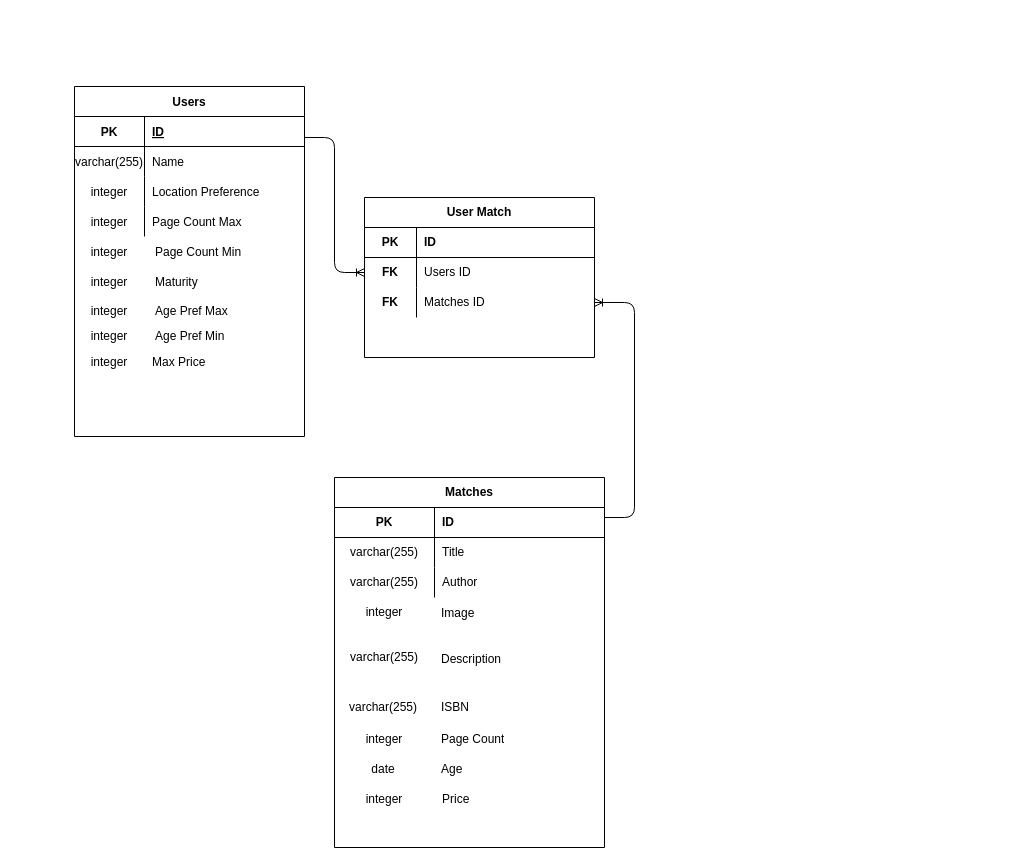
The draw.io diagram planning/erd.drawio in BCerki/book-tinder, before the edit. Source tidied: cells renumbered, new cells numbered last; positions are measured from the earlier drawing's top-left corner, leaving out a move shared by most shapes. Both pictures are drawn from the tidied source at 100%, with x=0, y=0 at pixel (74, 86).
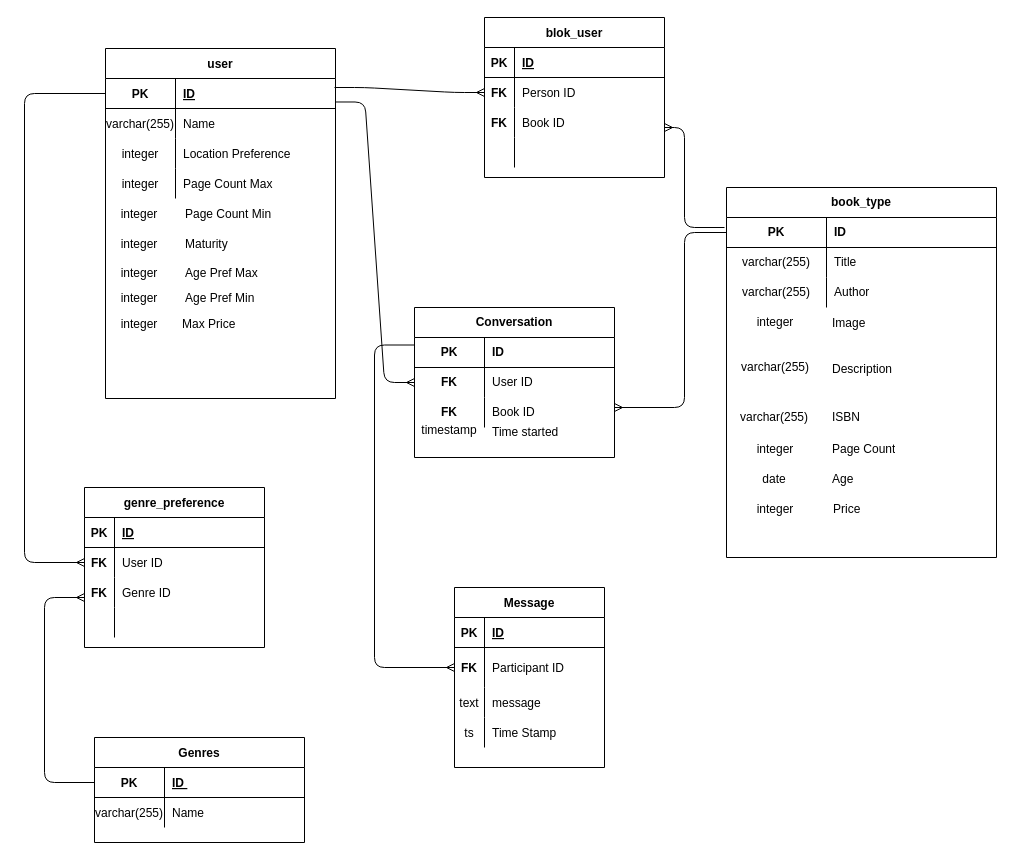
Above is the later version.

The change refers to these unchanged cells:
```xml
<mxCell id="14" style="shape=partialRectangle;html=1;whiteSpace=wrap;fillColor=none;top=0;left=0;bottom=1;right=0;points=[[0,0.5],[1,0.5]];portConstraint=eastwest;" parent="13" vertex="1">
  <mxGeometry y="30" width="270" height="30" as="geometry" />
</mxCell>
<mxCell id="39" style="shape=partialRectangle;fillColor=none;top=0;left=0;bottom=1;right=0;points=[[0,0.5],[1,0.5]];portConstraint=eastwest;" parent="38" vertex="1">
  <mxGeometry y="30" width="230" height="30" as="geometry" />
</mxCell>
```

Diff of the diagram source:
```diff
@@
-    <mxCell id="2" value="User Match" style="shape=table;html=1;whiteSpace=wrap;startSize=30;childLayout=tableLayout;rowLines=0;fontStyle=1;align=center;" parent="1" vertex="1">
-      <mxGeometry x="290" y="111" width="230" height="160" as="geometry" />
-    </mxCell>
-    <mxCell id="3" style="shape=partialRectangle;html=1;whiteSpace=wrap;fillColor=none;top=0;left=0;bottom=1;right=0;" parent="2" vertex="1">
-      <mxGeometry y="30" width="230" height="30" as="geometry" />
-    </mxCell>
-    <mxCell id="4" value="&lt;b&gt;PK&lt;/b&gt;" style="shape=partialRectangle;html=1;whiteSpace=wrap;fillColor=none;top=0;left=0;bottom=0;right=0;overflow=hidden;" parent="3" vertex="1">
-      <mxGeometry width="52" height="30" as="geometry" />
-    </mxCell>
-    <mxCell id="5" value="&lt;b&gt;ID&lt;/b&gt;" style="shape=partialRectangle;html=1;whiteSpace=wrap;fillColor=none;top=0;left=0;bottom=0;right=0;align=left;spacingLeft=6;overflow=hidden;" parent="3" vertex="1">
-      <mxGeometry x="52" width="178" height="30" as="geometry" />
-    </mxCell>
-    <mxCell id="6" style="shape=partialRectangle;html=1;whiteSpace=wrap;fillColor=none;top=0;left=0;bottom=0;right=0;points=[[0,0.5],[1,0.5]];portConstraint=eastwest;" parent="2" vertex="1">
-      <mxGeometry y="60" width="230" height="30" as="geometry" />
-    </mxCell>
-    <mxCell id="7" value="&lt;b&gt;FK&lt;/b&gt;" style="shape=partialRectangle;html=1;whiteSpace=wrap;fillColor=none;top=0;left=0;bottom=0;right=0;overflow=hidden;" parent="6" vertex="1">
-      <mxGeometry width="52" height="30" as="geometry" />
-    </mxCell>
-    <mxCell id="8" value="Users ID" style="shape=partialRectangle;html=1;whiteSpace=wrap;fillColor=none;top=0;left=0;bottom=0;right=0;align=left;spacingLeft=6;overflow=hidden;" parent="6" vertex="1">
-      <mxGeometry x="52" width="178" height="30" as="geometry" />
-    </mxCell>
-    <mxCell id="9" style="shape=partialRectangle;html=1;whiteSpace=wrap;fillColor=none;top=0;left=0;bottom=0;right=0;points=[[0,0.5],[1,0.5]];portConstraint=eastwest;" parent="2" vertex="1">
-      <mxGeometry y="90" width="230" height="30" as="geometry" />
-    </mxCell>
-    <mxCell id="10" value="&lt;b&gt;FK&lt;/b&gt;" style="shape=partialRectangle;html=1;whiteSpace=wrap;fillColor=none;top=0;left=0;bottom=0;right=0;overflow=hidden;" parent="9" vertex="1">
-      <mxGeometry width="52" height="30" as="geometry" />
-    </mxCell>
-    <mxCell id="11" value="Matches ID" style="shape=partialRectangle;html=1;whiteSpace=wrap;fillColor=none;top=0;left=0;bottom=0;right=0;align=left;spacingLeft=6;overflow=hidden;" parent="9" vertex="1">
-      <mxGeometry x="52" width="178" height="30" as="geometry" />
-    </mxCell>
     <mxCell id="12" style="group;" parent="1" vertex="1">
-      <mxGeometry x="260" y="391" width="290" height="370" as="geometry" />
+      <mxGeometry x="651" y="101" width="290" height="370" as="geometry" />
     </mxCell>
-    <mxCell id="13" value="Matches" style="shape=table;html=1;whiteSpace=wrap;startSize=30;childLayout=tableLayout;rowLines=0;fontStyle=1;align=center;" parent="12" vertex="1">
-      <mxGeometry width="270" height="370" as="geometry" />
+    <mxCell id="13" value="book_type" style="shape=table;html=1;whiteSpace=wrap;startSize=30;childLayout=tableLayout;rowLines=0;fontStyle=1;align=center;" parent="12" vertex="1">
+      <mxGeometry x="1" width="270" height="370" as="geometry" />
     </mxCell>
@@
-    <mxCell id="35" style="edgeStyle=entityRelationEdgeStyle;fontSize=12;html=1;endArrow=ERoneToMany;entryX=0;entryY=0.5;entryDx=0;entryDy=0;" parent="1" edge="1" target="6">
-      <mxGeometry relative="1" as="geometry">
-        <mxPoint x="230" y="51" as="sourcePoint" />
-      </mxGeometry>
-    </mxCell>
-    <mxCell id="36" style="edgeStyle=entityRelationEdgeStyle;fontSize=12;html=1;endArrow=ERoneToMany;" parent="1" edge="1" target="9">
-      <mxGeometry relative="1" as="geometry">
-        <mxPoint x="530" y="431" as="sourcePoint" />
-      </mxGeometry>
-    </mxCell>
     <mxCell id="37" style="group;" parent="1" vertex="1">
-      <mxGeometry width="230" height="350" as="geometry" />
+      <mxGeometry x="30" y="-38" width="230" height="350" as="geometry" />
     </mxCell>
-    <mxCell id="38" value="Users" style="shape=table;startSize=30;childLayout=tableLayout;rowLines=0;fontStyle=1;align=center;" parent="37" vertex="1">
-      <mxGeometry width="230" height="350" as="geometry" />
+    <mxCell id="38" value="user" style="shape=table;startSize=30;childLayout=tableLayout;rowLines=0;fontStyle=1;align=center;" parent="37" vertex="1">
+      <mxGeometry x="1" width="230" height="350" as="geometry" />
     </mxCell>
@@
+    <mxCell id="71" value="Message" style="shape=table;startSize=30;childLayout=tableLayout;rowLines=0;fontStyle=1;align=center;" parent="1" vertex="1">
+      <mxGeometry x="380" y="501" width="150" height="180" as="geometry" />
+    </mxCell>
+    <mxCell id="72" style="shape=partialRectangle;fillColor=none;top=0;left=0;bottom=1;right=0;" parent="71" vertex="1">
+      <mxGeometry y="30" width="150" height="30" as="geometry" />
+    </mxCell>
+    <mxCell id="73" value="PK" style="shape=partialRectangle;fillColor=none;top=0;left=0;bottom=0;right=0;fontStyle=1;overflow=hidden;" parent="72" vertex="1">
+      <mxGeometry width="30" height="30" as="geometry" />
+    </mxCell>
+    <mxCell id="74" value="ID" style="shape=partialRectangle;fillColor=none;top=0;left=0;bottom=0;right=0;align=left;spacingLeft=6;fontStyle=5;overflow=hidden;" parent="72" vertex="1">
+      <mxGeometry x="30" width="120" height="30" as="geometry" />
+    </mxCell>
+    <mxCell id="75" style="shape=partialRectangle;fillColor=none;top=0;left=0;bottom=0;right=0;points=[[0,0.5],[1,0.5]];portConstraint=eastwest;fontStyle=1;" parent="71" vertex="1">
+      <mxGeometry y="60" width="150" height="40" as="geometry" />
+    </mxCell>
+    <mxCell id="76" value="FK" style="shape=partialRectangle;fillColor=none;top=0;left=0;bottom=0;right=0;overflow=hidden;fontStyle=1;" parent="75" vertex="1">
+      <mxGeometry width="30" height="40" as="geometry" />
+    </mxCell>
+    <mxCell id="77" value="Participant ID" style="shape=partialRectangle;fillColor=none;top=0;left=0;bottom=0;right=0;align=left;spacingLeft=6;overflow=hidden;" parent="75" vertex="1">
+      <mxGeometry x="30" width="120" height="40" as="geometry" />
+    </mxCell>
+    <mxCell id="78" style="shape=partialRectangle;fillColor=none;top=0;left=0;bottom=0;right=0;" parent="71" vertex="1">
+      <mxGeometry y="100" width="150" height="30" as="geometry" />
+    </mxCell>
+    <mxCell id="79" value="text" style="shape=partialRectangle;fillColor=none;top=0;left=0;bottom=0;right=0;overflow=hidden;" parent="78" vertex="1">
+      <mxGeometry width="30" height="30" as="geometry" />
+    </mxCell>
+    <mxCell id="80" value="message" style="shape=partialRectangle;fillColor=none;top=0;left=0;bottom=0;right=0;align=left;spacingLeft=6;overflow=hidden;" parent="78" vertex="1">
+      <mxGeometry x="30" width="120" height="30" as="geometry" />
+    </mxCell>
+    <mxCell id="81" style="shape=partialRectangle;fillColor=none;top=0;left=0;bottom=0;right=0;" parent="71" vertex="1">
+      <mxGeometry y="130" width="150" height="30" as="geometry" />
+    </mxCell>
+    <mxCell id="82" value="ts" style="shape=partialRectangle;fillColor=none;top=0;left=0;bottom=0;right=0;overflow=hidden;" parent="81" vertex="1">
+      <mxGeometry width="30" height="30" as="geometry" />
+    </mxCell>
+    <mxCell id="83" value="Time Stamp" style="shape=partialRectangle;fillColor=none;top=0;left=0;bottom=0;right=0;align=left;spacingLeft=6;overflow=hidden;" parent="81" vertex="1">
+      <mxGeometry x="30" width="120" height="30" as="geometry" />
+    </mxCell>
+    <mxCell id="84" style="group;" parent="1" vertex="1">
+      <mxGeometry x="340" y="221" width="200" height="150" as="geometry" />
+    </mxCell>
+    <mxCell id="85" value="Conversation" style="shape=table;html=1;whiteSpace=wrap;startSize=30;childLayout=tableLayout;rowLines=0;fontStyle=1;align=center;" parent="84" vertex="1">
+      <mxGeometry width="200" height="150" as="geometry" />
+    </mxCell>
+    <mxCell id="86" style="shape=partialRectangle;html=1;whiteSpace=wrap;fillColor=none;top=0;left=0;bottom=1;right=0;" parent="85" vertex="1">
+      <mxGeometry y="30" width="200" height="30" as="geometry" />
+    </mxCell>
+    <mxCell id="4" value="&lt;b&gt;PK&lt;/b&gt;" style="shape=partialRectangle;html=1;whiteSpace=wrap;fillColor=none;top=0;left=0;bottom=0;right=0;overflow=hidden;" parent="86" vertex="1">
+      <mxGeometry width="70" height="30" as="geometry" />
+    </mxCell>
+    <mxCell id="5" value="&lt;b&gt;ID&lt;/b&gt;" style="shape=partialRectangle;html=1;whiteSpace=wrap;fillColor=none;top=0;left=0;bottom=0;right=0;align=left;spacingLeft=6;overflow=hidden;" parent="86" vertex="1">
+      <mxGeometry x="70" width="130" height="30" as="geometry" />
+    </mxCell>
+    <mxCell id="87" style="shape=partialRectangle;html=1;whiteSpace=wrap;fillColor=none;top=0;left=0;bottom=0;right=0;points=[[0,0.5],[1,0.5]];portConstraint=eastwest;" parent="85" vertex="1">
+      <mxGeometry y="60" width="200" height="30" as="geometry" />
+    </mxCell>
+    <mxCell id="88" value="&lt;b&gt;FK&lt;/b&gt;" style="shape=partialRectangle;html=1;whiteSpace=wrap;fillColor=none;top=0;left=0;bottom=0;right=0;overflow=hidden;" parent="87" vertex="1">
+      <mxGeometry width="70" height="30" as="geometry" />
+    </mxCell>
+    <mxCell id="89" value="User ID" style="shape=partialRectangle;html=1;whiteSpace=wrap;fillColor=none;top=0;left=0;bottom=0;right=0;align=left;spacingLeft=6;overflow=hidden;" parent="87" vertex="1">
+      <mxGeometry x="70" width="130" height="30" as="geometry" />
+    </mxCell>
+    <mxCell id="90" style="shape=partialRectangle;html=1;whiteSpace=wrap;fillColor=none;top=0;left=0;bottom=0;right=0;" parent="85" vertex="1">
+      <mxGeometry y="90" width="200" height="30" as="geometry" />
+    </mxCell>
+    <mxCell id="91" style="shape=partialRectangle;html=1;whiteSpace=wrap;fillColor=none;top=0;left=0;bottom=0;right=0;overflow=hidden;" parent="90" vertex="1">
+      <mxGeometry width="70" height="30" as="geometry" />
+    </mxCell>
+    <mxCell id="92" style="shape=partialRectangle;html=1;whiteSpace=wrap;fillColor=none;top=0;left=0;bottom=0;right=0;align=left;spacingLeft=6;overflow=hidden;" parent="90" vertex="1">
+      <mxGeometry x="70" width="130" height="30" as="geometry" />
+    </mxCell>
+    <mxCell id="93" value="timestamp" style="shape=partialRectangle;html=1;whiteSpace=wrap;fillColor=none;top=0;left=0;bottom=0;right=0;overflow=hidden;" parent="84" vertex="1">
+      <mxGeometry y="107.7" width="70" height="30" as="geometry" />
+    </mxCell>
+    <mxCell id="94" value="Time started" style="shape=partialRectangle;html=1;whiteSpace=wrap;fillColor=none;top=0;left=0;bottom=0;right=0;align=left;spacingLeft=6;overflow=hidden;" parent="84" vertex="1">
+      <mxGeometry x="70" y="110" width="130" height="30" as="geometry" />
+    </mxCell>
+    <mxCell id="95" value="Book ID" style="shape=partialRectangle;html=1;whiteSpace=wrap;fillColor=none;top=0;left=0;bottom=0;right=0;align=left;spacingLeft=6;overflow=hidden;" parent="84" vertex="1">
+      <mxGeometry x="70" y="90" width="130" height="30" as="geometry" />
+    </mxCell>
+    <mxCell id="96" style="edgeStyle=entityRelationEdgeStyle;fontSize=12;html=1;endArrow=ERmany;entryX=0;entryY=0.5;entryDx=0;entryDy=0;exitX=0.998;exitY=0.783;exitDx=0;exitDy=0;exitPerimeter=0;" parent="1" edge="1" source="39" target="87">
+      <mxGeometry relative="1" as="geometry" />
+    </mxCell>
+    <mxCell id="97" style="edgeStyle=elbowEdgeStyle;fontSize=12;html=1;endArrow=ERmany;exitX=0;exitY=0.5;exitDx=0;exitDy=0;" parent="1" edge="1" source="14">
+      <mxGeometry relative="1" as="geometry">
+        <mxPoint x="540" y="321" as="targetPoint" />
+        <Array as="points">
+          <mxPoint x="610" y="481" />
+          <mxPoint x="600" y="191" />
+        </Array>
+      </mxGeometry>
+    </mxCell>
+    <mxCell id="98" style="edgeStyle=elbowEdgeStyle;fontSize=12;html=1;endArrow=ERmany;entryX=0;entryY=0.5;entryDx=0;entryDy=0;exitX=0;exitY=0.25;exitDx=0;exitDy=0;" parent="1" edge="1" source="85" target="75">
+      <mxGeometry relative="1" as="geometry">
+        <Array as="points">
+          <mxPoint x="300" y="501" />
+          <mxPoint x="340" y="561" />
+        </Array>
+      </mxGeometry>
+    </mxCell>
+    <mxCell id="99" value="blok_user" style="shape=table;startSize=30;childLayout=tableLayout;rowLines=0;fontStyle=1;align=center;" parent="1" vertex="1">
+      <mxGeometry x="410" y="-69" width="180" height="160" as="geometry" />
+    </mxCell>
+    <mxCell id="100" style="shape=partialRectangle;fillColor=none;top=0;left=0;bottom=1;right=0;" parent="99" vertex="1">
+      <mxGeometry y="30" width="180" height="30" as="geometry" />
+    </mxCell>
+    <mxCell id="101" value="PK" style="shape=partialRectangle;fillColor=none;top=0;left=0;bottom=0;right=0;fontStyle=1;overflow=hidden;" parent="100" vertex="1">
+      <mxGeometry width="30" height="30" as="geometry" />
+    </mxCell>
+    <mxCell id="102" value="ID" style="shape=partialRectangle;fillColor=none;top=0;left=0;bottom=0;right=0;align=left;spacingLeft=6;fontStyle=5;overflow=hidden;" parent="100" vertex="1">
+      <mxGeometry x="30" width="150" height="30" as="geometry" />
+    </mxCell>
+    <mxCell id="103" style="shape=partialRectangle;fillColor=none;top=0;left=0;bottom=0;right=0;points=[[0,0.5],[1,0.5]];portConstraint=eastwest;" parent="99" vertex="1">
+      <mxGeometry y="60" width="180" height="30" as="geometry" />
+    </mxCell>
+    <mxCell id="104" value="FK" style="shape=partialRectangle;fillColor=none;top=0;left=0;bottom=0;right=0;overflow=hidden;fontStyle=1;" parent="103" vertex="1">
+      <mxGeometry width="30" height="30" as="geometry" />
+    </mxCell>
+    <mxCell id="105" value="Person ID" style="shape=partialRectangle;fillColor=none;top=0;left=0;bottom=0;right=0;align=left;spacingLeft=6;overflow=hidden;" parent="103" vertex="1">
+      <mxGeometry x="30" width="150" height="30" as="geometry" />
+    </mxCell>
+    <mxCell id="106" style="shape=partialRectangle;fillColor=none;top=0;left=0;bottom=0;right=0;" parent="99" vertex="1">
+      <mxGeometry y="90" width="180" height="30" as="geometry" />
+    </mxCell>
+    <mxCell id="107" value="FK" style="shape=partialRectangle;fillColor=none;top=0;left=0;bottom=0;right=0;overflow=hidden;fontStyle=1;" parent="106" vertex="1">
+      <mxGeometry width="30" height="30" as="geometry" />
+    </mxCell>
+    <mxCell id="108" value="Book ID" style="shape=partialRectangle;fillColor=none;top=0;left=0;bottom=0;right=0;align=left;spacingLeft=6;overflow=hidden;" parent="106" vertex="1">
+      <mxGeometry x="30" width="150" height="30" as="geometry" />
+    </mxCell>
+    <mxCell id="109" style="shape=partialRectangle;fillColor=none;top=0;left=0;bottom=0;right=0;" parent="99" vertex="1">
+      <mxGeometry y="120" width="180" height="30" as="geometry" />
+    </mxCell>
+    <mxCell id="110" style="shape=partialRectangle;fillColor=none;top=0;left=0;bottom=0;right=0;overflow=hidden;" parent="109" vertex="1">
+      <mxGeometry width="30" height="30" as="geometry" />
+    </mxCell>
+    <mxCell id="111" style="shape=partialRectangle;fillColor=none;top=0;left=0;bottom=0;right=0;align=left;spacingLeft=6;overflow=hidden;" parent="109" vertex="1">
+      <mxGeometry x="30" width="150" height="30" as="geometry" />
+    </mxCell>
+    <mxCell id="112" style="edgeStyle=entityRelationEdgeStyle;fontSize=12;html=1;endArrow=ERmany;entryX=0;entryY=0.5;entryDx=0;entryDy=0;" parent="1" edge="1" target="103">
+      <mxGeometry relative="1" as="geometry">
+        <mxPoint x="260" y="1" as="sourcePoint" />
+      </mxGeometry>
+    </mxCell>
+    <mxCell id="113" style="edgeStyle=elbowEdgeStyle;fontSize=12;html=1;endArrow=ERmany;" parent="1" edge="1">
+      <mxGeometry relative="1" as="geometry">
+        <mxPoint x="650" y="141" as="sourcePoint" />
+        <mxPoint x="590" y="41" as="targetPoint" />
+        <Array as="points">
+          <mxPoint x="610" y="91" />
+        </Array>
+      </mxGeometry>
+    </mxCell>
+    <mxCell id="114" value="Genres" style="shape=table;startSize=30;childLayout=tableLayout;rowLines=0;fontStyle=1;align=center;" parent="1" vertex="1">
+      <mxGeometry x="20" y="651" width="210" height="105" as="geometry" />
+    </mxCell>
+    <mxCell id="115" style="shape=partialRectangle;fillColor=none;top=0;left=0;bottom=1;right=0;points=[[0,0.5],[1,0.5]];portConstraint=eastwest;" parent="114" vertex="1">
+      <mxGeometry y="30" width="210" height="30" as="geometry" />
+    </mxCell>
+    <mxCell id="116" value="PK" style="shape=partialRectangle;fillColor=none;top=0;left=0;bottom=0;right=0;fontStyle=1;overflow=hidden;" parent="115" vertex="1">
+      <mxGeometry width="70" height="30" as="geometry" />
+    </mxCell>
+    <mxCell id="117" value="ID " style="shape=partialRectangle;fillColor=none;top=0;left=0;bottom=0;right=0;align=left;spacingLeft=6;fontStyle=5;overflow=hidden;" parent="115" vertex="1">
+      <mxGeometry x="70" width="140" height="30" as="geometry" />
+    </mxCell>
+    <mxCell id="118" style="shape=partialRectangle;fillColor=none;top=0;left=0;bottom=0;right=0;" parent="114" vertex="1">
+      <mxGeometry y="60" width="210" height="30" as="geometry" />
+    </mxCell>
+    <mxCell id="119" value="varchar(255)" style="shape=partialRectangle;fillColor=none;top=0;left=0;bottom=0;right=0;overflow=hidden;" parent="118" vertex="1">
+      <mxGeometry width="70" height="30" as="geometry" />
+    </mxCell>
+    <mxCell id="120" value="Name" style="shape=partialRectangle;fillColor=none;top=0;left=0;bottom=0;right=0;align=left;spacingLeft=6;overflow=hidden;" parent="118" vertex="1">
+      <mxGeometry x="70" width="140" height="30" as="geometry" />
+    </mxCell>
+    <mxCell id="121" value="&lt;b&gt;FK&lt;/b&gt;" style="shape=partialRectangle;html=1;whiteSpace=wrap;fillColor=none;top=0;left=0;bottom=0;right=0;overflow=hidden;" parent="1" vertex="1">
+      <mxGeometry x="340" y="311" width="70" height="30" as="geometry" />
+    </mxCell>
+    <mxCell id="122" style="shape=partialRectangle;fillColor=none;top=0;left=0;bottom=0;right=0;align=left;spacingLeft=6;overflow=hidden;" parent="1" vertex="1">
+      <mxGeometry x="80" y="581" width="160" height="30" as="geometry" />
+    </mxCell>
+    <mxCell id="123" value="genre_preference" style="shape=table;startSize=30;childLayout=tableLayout;rowLines=0;fontStyle=1;align=center;" parent="1" vertex="1">
+      <mxGeometry x="10" y="401" width="180" height="160" as="geometry" />
+    </mxCell>
+    <mxCell id="124" style="shape=partialRectangle;fillColor=none;top=0;left=0;bottom=1;right=0;" parent="123" vertex="1">
+      <mxGeometry y="30" width="180" height="30" as="geometry" />
+    </mxCell>
+    <mxCell id="125" value="PK" style="shape=partialRectangle;fillColor=none;top=0;left=0;bottom=0;right=0;fontStyle=1;overflow=hidden;" parent="124" vertex="1">
+      <mxGeometry width="30" height="30" as="geometry" />
+    </mxCell>
+    <mxCell id="126" value="ID" style="shape=partialRectangle;fillColor=none;top=0;left=0;bottom=0;right=0;align=left;spacingLeft=6;fontStyle=5;overflow=hidden;" parent="124" vertex="1">
+      <mxGeometry x="30" width="150" height="30" as="geometry" />
+    </mxCell>
+    <mxCell id="127" style="shape=partialRectangle;fillColor=none;top=0;left=0;bottom=0;right=0;points=[[0,0.5],[1,0.5]];portConstraint=eastwest;" parent="123" vertex="1">
+      <mxGeometry y="60" width="180" height="30" as="geometry" />
+    </mxCell>
+    <mxCell id="128" value="FK" style="shape=partialRectangle;fillColor=none;top=0;left=0;bottom=0;right=0;overflow=hidden;fontStyle=1;" parent="127" vertex="1">
+      <mxGeometry width="30" height="30" as="geometry" />
+    </mxCell>
+    <mxCell id="129" value="User ID" style="shape=partialRectangle;fillColor=none;top=0;left=0;bottom=0;right=0;align=left;spacingLeft=6;overflow=hidden;" parent="127" vertex="1">
+      <mxGeometry x="30" width="150" height="30" as="geometry" />
+    </mxCell>
+    <mxCell id="130" style="shape=partialRectangle;fillColor=none;top=0;left=0;bottom=0;right=0;" parent="123" vertex="1">
+      <mxGeometry y="90" width="180" height="30" as="geometry" />
+    </mxCell>
+    <mxCell id="131" value="FK" style="shape=partialRectangle;fillColor=none;top=0;left=0;bottom=0;right=0;overflow=hidden;fontStyle=1;" parent="130" vertex="1">
+      <mxGeometry width="30" height="30" as="geometry" />
+    </mxCell>
+    <mxCell id="132" value="Genre ID" style="shape=partialRectangle;fillColor=none;top=0;left=0;bottom=0;right=0;align=left;spacingLeft=6;overflow=hidden;" parent="130" vertex="1">
+      <mxGeometry x="30" width="150" height="30" as="geometry" />
+    </mxCell>
+    <mxCell id="133" style="shape=partialRectangle;fillColor=none;top=0;left=0;bottom=0;right=0;" parent="123" vertex="1">
+      <mxGeometry y="120" width="180" height="30" as="geometry" />
+    </mxCell>
+    <mxCell id="134" style="shape=partialRectangle;fillColor=none;top=0;left=0;bottom=0;right=0;overflow=hidden;" parent="133" vertex="1">
+      <mxGeometry width="30" height="30" as="geometry" />
+    </mxCell>
+    <mxCell id="135" style="shape=partialRectangle;fillColor=none;top=0;left=0;bottom=0;right=0;align=left;spacingLeft=6;overflow=hidden;" parent="133" vertex="1">
+      <mxGeometry x="30" width="150" height="30" as="geometry" />
+    </mxCell>
+    <mxCell id="136" style="edgeStyle=elbowEdgeStyle;fontSize=12;html=1;endArrow=ERmany;entryX=0;entryY=0.5;entryDx=0;entryDy=0;exitX=0;exitY=0.5;exitDx=0;exitDy=0;" parent="1" edge="1" source="39" target="127">
+      <mxGeometry relative="1" as="geometry">
+        <Array as="points">
+          <mxPoint x="-50" y="251" />
+        </Array>
+      </mxGeometry>
+    </mxCell>
+    <mxCell id="137" style="edgeStyle=elbowEdgeStyle;fontSize=12;html=1;endArrow=ERmany;exitX=0;exitY=0.5;exitDx=0;exitDy=0;" parent="1" edge="1" source="115">
+      <mxGeometry relative="1" as="geometry">
+        <mxPoint x="10" y="511" as="targetPoint" />
+        <Array as="points">
+          <mxPoint x="-30" y="611" />
+        </Array>
+      </mxGeometry>
+    </mxCell>
```
